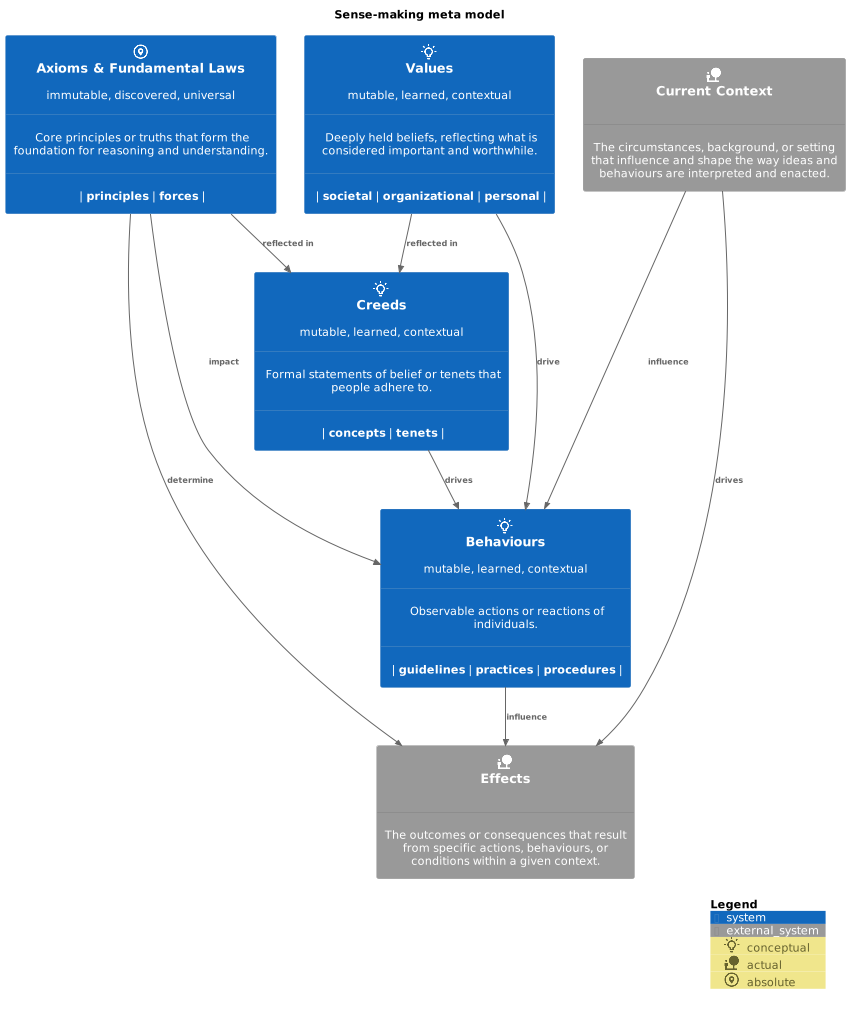
Before: static/images/sense_making_meta_model.png, a diagram exported from PlantUML (sddevelopment-be/penguin-pragmatic-patterns). Its diagram source:
```plantuml
@startuml
title Sense-making meta model


!include https://raw.githubusercontent.com/plantuml-stdlib/C4-PlantUML/master/C4.puml
!include https://raw.githubusercontent.com/plantuml-stdlib/C4-PlantUML/master/C4_Context.puml
!include https://raw.githubusercontent.com/plantuml-stdlib/C4-PlantUML/master/C4_Container.puml

skinparam defaultFontName        "Verdana"
skinparam defaultFontSize        14
skinparam wrapWidth              324

skinparam arrow {
	FontName "Segoe Print"
	Thickness 1.25
	FontSize 10
}

!include <office/users/users.puml>
!include <material/lightbulb_on_outline.puml>
!include <material/nature_people.puml>
!include <material/map_marker_circle.puml>
!include <material/lock_outline.puml>
!include <material/lock_open_outline.puml>
!define DEVICONS https://raw.githubusercontent.com/tupadr3/plantuml-icon-font-sprites/master/devicons
!define FONTAWESOME https://raw.githubusercontent.com/tupadr3/plantuml-icon-font-sprites/master/font-awesome-5

AddElementTag("idea", $sprite="ma_lightbulb_on_outline,scale=0.45", $legendText="conceptual")
AddElementTag("real", $sprite="ma_nature_people,scale=0.45", $legendText="actual")
AddElementTag("mutable", $sprite="ma_lock_outline,scale=0.45", $legendText="mutable")
AddElementTag("immutable", $sprite="ma_lock_open_outline,scale=0.45", $legendText="immutable")
AddElementTag("universal", $sprite="ma_map_marker_circle,scale=0.45", $legendText="absolute")

System(axiom, "Axioms & Fundamental Laws",$descr="immutable, discovered, universal \n\n---\n\n Core principles or truths that form the foundation for reasoning and understanding.\n\n---\n\n | **principles** | **forces** |", $tags="universal")
System(values, "Values", "mutable, learned, contextual \n\n---\n\n Deeply held beliefs, reflecting what is considered important and worthwhile.\n\n---\n\n | **societal** | **organizational** | **personal** |", $tags="idea")
System(creed, "Creeds", "mutable, learned, contextual \n\n---\n\n Formal statements of belief or tenets that people adhere to.\n\n---\n\n | **concepts** | **tenets** |", $tags="idea")
System(behaviour, "Behaviours", "mutable, learned, contextual \n\n---\n\n Observable actions or reactions of individuals.\n\n---\n\n | **guidelines** | **practices** | **procedures** |", $tags="idea")
System_Ext(context, "Current Context", "\n---\n\nThe circumstances, background, or setting that influence and shape the way ideas and behaviours are interpreted and enacted.", $tags="real")
System_Ext(effects, "Effects", "\n---\n\nThe outcomes or consequences that result from specific actions, behaviours, or conditions within a given context.", $tags="real")

Rel(axiom, creed, "reflected in")
Rel(axiom, behaviour, "impact")
Rel(axiom, effects, "determine")
Rel(values, creed, "reflected in")
Rel(values, behaviour, "drive")
Rel_D(creed, behaviour, "drives")
Rel(context, behaviour, "influence")
Rel(context, effects, "drives")
Rel(behaviour, effects, "influence")

context -[hidden]-> creed

SHOW_LEGEND()
@enduml
```
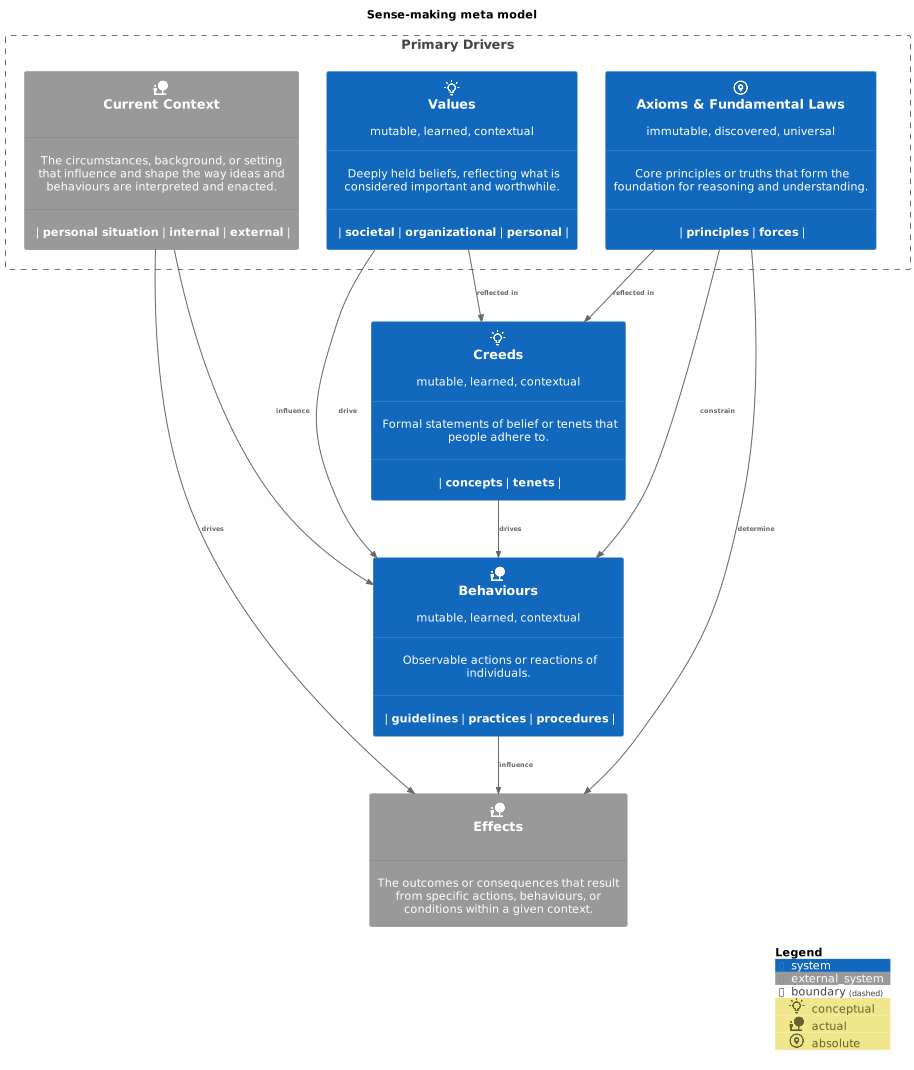
Above is the later version.

Commit message:
Add placeholders for patterns + add meta-model image

Diff of the diagram source:
```diff
@@ -13,7 +13,7 @@
 skinparam arrow {
 	FontName "Segoe Print"
 	Thickness 1.25
-	FontSize 10
+	FontSize 8
 }
 
 !include <office/users/users.puml>
@@ -31,24 +31,30 @@
 AddElementTag("immutable", $sprite="ma_lock_open_outline,scale=0.45", $legendText="immutable")
 AddElementTag("universal", $sprite="ma_map_marker_circle,scale=0.45", $legendText="absolute")
 
-System(axiom, "Axioms & Fundamental Laws",$descr="immutable, discovered, universal \n\n---\n\n Core principles or truths that form the foundation for reasoning and understanding.\n\n---\n\n | **principles** | **forces** |", $tags="universal")
-System(values, "Values", "mutable, learned, contextual \n\n---\n\n Deeply held beliefs, reflecting what is considered important and worthwhile.\n\n---\n\n | **societal** | **organizational** | **personal** |", $tags="idea")
+Boundary(drivers, "Primary Drivers") {
+	System(axiom, "Axioms & Fundamental Laws",$descr="immutable, discovered, universal \n\n---\n\n Core principles or truths that form the foundation for reasoning and understanding.\n\n---\n\n | **principles** | **forces** |", $tags="universal")
+	System(values, "Values", "mutable, learned, contextual \n\n---\n\n Deeply held beliefs, reflecting what is considered important and worthwhile.\n\n---\n\n | **societal** | **organizational** | **personal** |", $tags="idea")
+	System_Ext(context, "Current Context", "\n---\n\nThe circumstances, background, or setting that influence and shape the way ideas and behaviours are interpreted and enacted.\n\n---\n\n | **personal situation** | **internal** | **external** |", $tags="real")
+}
 System(creed, "Creeds", "mutable, learned, contextual \n\n---\n\n Formal statements of belief or tenets that people adhere to.\n\n---\n\n | **concepts** | **tenets** |", $tags="idea")
-System(behaviour, "Behaviours", "mutable, learned, contextual \n\n---\n\n Observable actions or reactions of individuals.\n\n---\n\n | **guidelines** | **practices** | **procedures** |", $tags="idea")
-System_Ext(context, "Current Context", "\n---\n\nThe circumstances, background, or setting that influence and shape the way ideas and behaviours are interpreted and enacted.", $tags="real")
+System(behaviour, "Behaviours", "mutable, learned, contextual \n\n---\n\n Observable actions or reactions of individuals.\n\n---\n\n | **guidelines** | **practices** | **procedures** |", $tags="real")
 System_Ext(effects, "Effects", "\n---\n\nThe outcomes or consequences that result from specific actions, behaviours, or conditions within a given context.", $tags="real")
 
 Rel(axiom, creed, "reflected in")
-Rel(axiom, behaviour, "impact")
 Rel(axiom, effects, "determine")
-Rel(values, creed, "reflected in")
+Rel(axiom, behaviour, "constrain")
+Rel_D(values, creed, "reflected in")
 Rel(values, behaviour, "drive")
 Rel_D(creed, behaviour, "drives")
 Rel(context, behaviour, "influence")
 Rel(context, effects, "drives")
-Rel(behaviour, effects, "influence")
+Rel_D(behaviour, effects, "influence")
 
-context -[hidden]-> creed
+drivers -[hidden]D-> behaviour
+
+axiom -[hidden]L-> values
+values -[hidden]L-> context
+values -[hidden]U-> creed
 
 SHOW_LEGEND()
 @enduml
```
